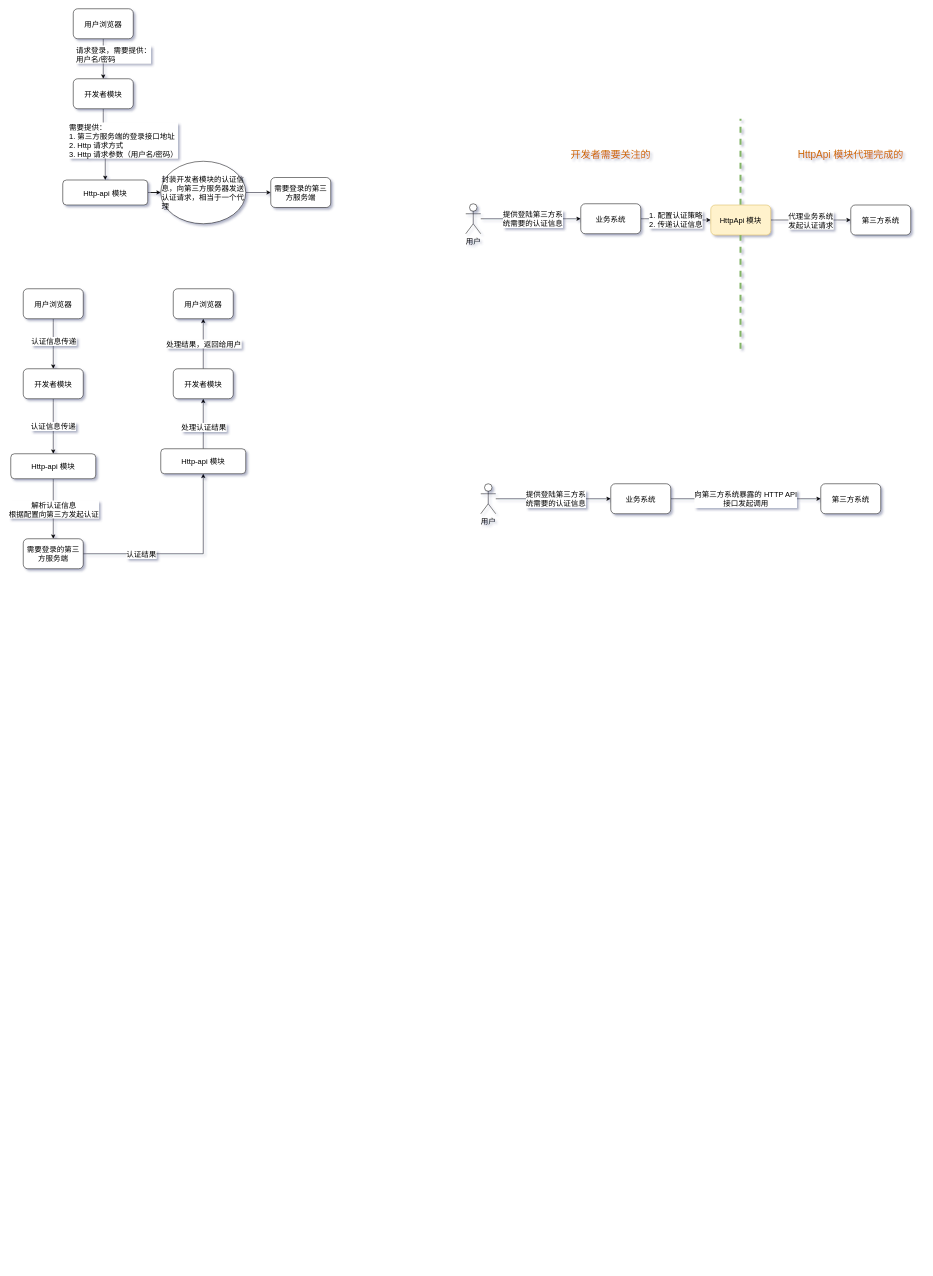
Above: http-api-design.drawio in Mvbbb/draw.io-diagrams (draw.io), before the change. Source tidied: cells renumbered, new cells numbered last; positions are measured from the earlier drawing's top-left corner, leaving out a move shared by most shapes. Both pictures are drawn from the tidied source at 50%, with x=0, y=0 at pixel (10, 8).
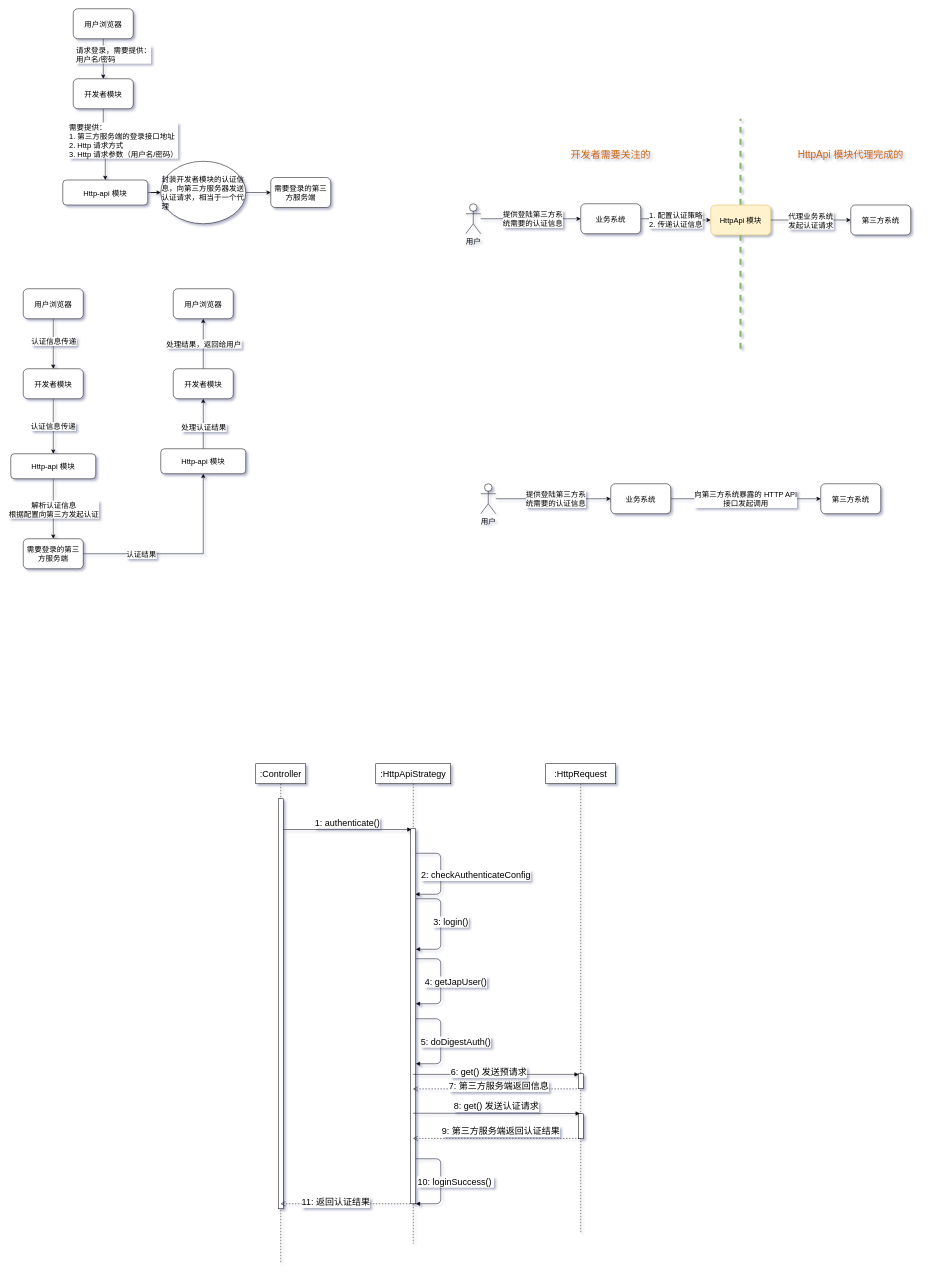
Above is the later version.

The edit, as a diff of the source:
```diff
@@
+    <mxCell id="46" value=":Controller" style="shape=umlLifeline;perimeter=lifelinePerimeter;whiteSpace=wrap;html=1;outlineConnect=0;fontSize=18;" parent="1" vertex="1">
+      <mxGeometry x="490" y="1510" width="100" height="1000" as="geometry" />
+    </mxCell>
+    <mxCell id="47" style="html=1;points=[];perimeter=orthogonalPerimeter;fontSize=18;" parent="46" vertex="1">
+      <mxGeometry x="45" y="70" width="10" height="820" as="geometry" />
+    </mxCell>
+    <mxCell id="48" value=":HttpApiStrategy" style="shape=umlLifeline;perimeter=lifelinePerimeter;whiteSpace=wrap;html=1;outlineConnect=0;fontSize=18;" parent="1" vertex="1">
+      <mxGeometry x="730" y="1510" width="150" height="960" as="geometry" />
+    </mxCell>
+    <mxCell id="49" value="2: checkAuthenticateConfig" style="html=1;verticalAlign=bottom;endArrow=block;fontSize=18;edgeStyle=elbowEdgeStyle;" parent="48" edge="1">
+      <mxGeometry x="0.18" y="70" relative="1" as="geometry">
+        <mxPoint x="79" y="179" as="sourcePoint" />
+        <mxPoint x="79" y="261" as="targetPoint" />
+        <Array as="points">
+          <mxPoint x="130" y="240" />
+          <mxPoint x="130" y="250" />
+          <mxPoint x="140" y="210" />
+          <mxPoint x="150" y="270" />
+        </Array>
+      </mxGeometry>
+    </mxCell>
+    <mxCell id="50" value="3:&amp;nbsp;login()" style="html=1;verticalAlign=bottom;endArrow=block;fontSize=18;edgeStyle=elbowEdgeStyle;" parent="48" edge="1">
+      <mxGeometry x="0.09" y="20" relative="1" as="geometry">
+        <mxPoint x="80" y="270" as="sourcePoint" />
+        <mxPoint x="80" y="371" as="targetPoint" />
+        <Array as="points">
+          <mxPoint x="130" y="371" />
+          <mxPoint x="170" y="320" />
+        </Array>
+      </mxGeometry>
+    </mxCell>
+    <mxCell id="51" style="html=1;points=[];perimeter=orthogonalPerimeter;fontSize=18;" parent="48" vertex="1">
+      <mxGeometry x="70" y="130" width="10" height="750" as="geometry" />
+    </mxCell>
+    <mxCell id="52" value=":HttpRequest" style="shape=umlLifeline;perimeter=lifelinePerimeter;whiteSpace=wrap;html=1;fontSize=18;" parent="1" vertex="1">
+      <mxGeometry x="1070" y="1510" width="140" height="940" as="geometry" />
+    </mxCell>
+    <mxCell id="53" style="html=1;points=[];perimeter=orthogonalPerimeter;fontSize=18;" parent="52" vertex="1">
+      <mxGeometry x="65" y="620" width="10" height="30" as="geometry" />
+    </mxCell>
+    <mxCell id="54" style="html=1;points=[];perimeter=orthogonalPerimeter;fontSize=18;" parent="52" vertex="1">
+      <mxGeometry x="65" y="700" width="10" height="50" as="geometry" />
+    </mxCell>
+    <mxCell id="55" value="1:&amp;nbsp;authenticate()" style="html=1;verticalAlign=bottom;endArrow=block;entryX=0.165;entryY=0.002;entryDx=0;entryDy=0;entryPerimeter=0;fontSize=18;" parent="1" edge="1" source="47" target="51">
+      <mxGeometry relative="1" as="geometry" />
+    </mxCell>
+    <mxCell id="56" value="4:&amp;nbsp;getJapUser()" style="html=1;verticalAlign=bottom;endArrow=block;fontSize=18;edgeStyle=elbowEdgeStyle;" parent="1" edge="1">
+      <mxGeometry x="0.16" y="30" relative="1" as="geometry">
+        <mxPoint x="810" y="1900" as="sourcePoint" />
+        <mxPoint x="810" y="1990" as="targetPoint" />
+        <Array as="points">
+          <mxPoint x="860" y="1950" />
+        </Array>
+      </mxGeometry>
+    </mxCell>
+    <mxCell id="57" value="6: get() 发送预请求" style="html=1;verticalAlign=bottom;endArrow=block;fontSize=18;entryX=0.104;entryY=0.042;entryDx=0;entryDy=0;entryPerimeter=0;" parent="1" edge="1" source="48" target="53">
+      <mxGeometry x="-0.09" y="-10" relative="1" as="geometry" />
+    </mxCell>
+    <mxCell id="58" value="8: get() 发送认证请求" style="html=1;verticalAlign=bottom;endArrow=block;fontSize=18;entryX=0.325;entryY=-0.011;entryDx=0;entryDy=0;entryPerimeter=0;" parent="1" edge="1" source="48" target="54">
+      <mxGeometry relative="1" as="geometry">
+        <Array as="points">
+          <mxPoint x="830" y="2209" />
+        </Array>
+      </mxGeometry>
+    </mxCell>
+    <mxCell id="59" value="9: 第三方服务端返回认证结果" style="html=1;verticalAlign=bottom;endArrow=open;dashed=1;endSize=8;fontSize=18;exitX=0.251;exitY=0.985;exitDx=0;exitDy=0;exitPerimeter=0;" parent="1" edge="1" source="54" target="48">
+      <mxGeometry x="-0.05" relative="1" as="geometry" />
+    </mxCell>
+    <mxCell id="60" value="7: 第三方服务端返回信息" style="html=1;verticalAlign=bottom;endArrow=open;dashed=1;endSize=8;fontSize=18;exitX=-0.263;exitY=1.011;exitDx=0;exitDy=0;exitPerimeter=0;" parent="1" edge="1" source="53" target="48">
+      <mxGeometry x="-0.05" y="9" relative="1" as="geometry" />
+    </mxCell>
+    <mxCell id="61" value="11: 返回认证结果" style="html=1;verticalAlign=bottom;endArrow=open;dashed=1;endSize=8;fontSize=18;exitX=-0.084;exitY=1;exitDx=0;exitDy=0;exitPerimeter=0;" parent="1" edge="1" source="51" target="46">
+      <mxGeometry x="0.15" y="11" relative="1" as="geometry" />
+    </mxCell>
+    <mxCell id="62" value="5:&amp;nbsp;doDigestAuth()" style="html=1;verticalAlign=bottom;endArrow=block;fontSize=18;edgeStyle=elbowEdgeStyle;" parent="1" edge="1">
+      <mxGeometry x="0.16" y="30" relative="1" as="geometry">
+        <mxPoint x="810" y="2020" as="sourcePoint" />
+        <mxPoint x="810" y="2110" as="targetPoint" />
+        <Array as="points">
+          <mxPoint x="860" y="2070" />
+        </Array>
+      </mxGeometry>
+    </mxCell>
+    <mxCell id="63" value="10: loginSuccess()&amp;nbsp;" style="html=1;verticalAlign=bottom;endArrow=block;fontSize=18;edgeStyle=elbowEdgeStyle;" parent="1" edge="1">
+      <mxGeometry x="0.16" y="30" relative="1" as="geometry">
+        <mxPoint x="810" y="2300" as="sourcePoint" />
+        <mxPoint x="810" y="2390" as="targetPoint" />
+        <Array as="points">
+          <mxPoint x="860" y="2350" />
+        </Array>
+      </mxGeometry>
+    </mxCell>
```
